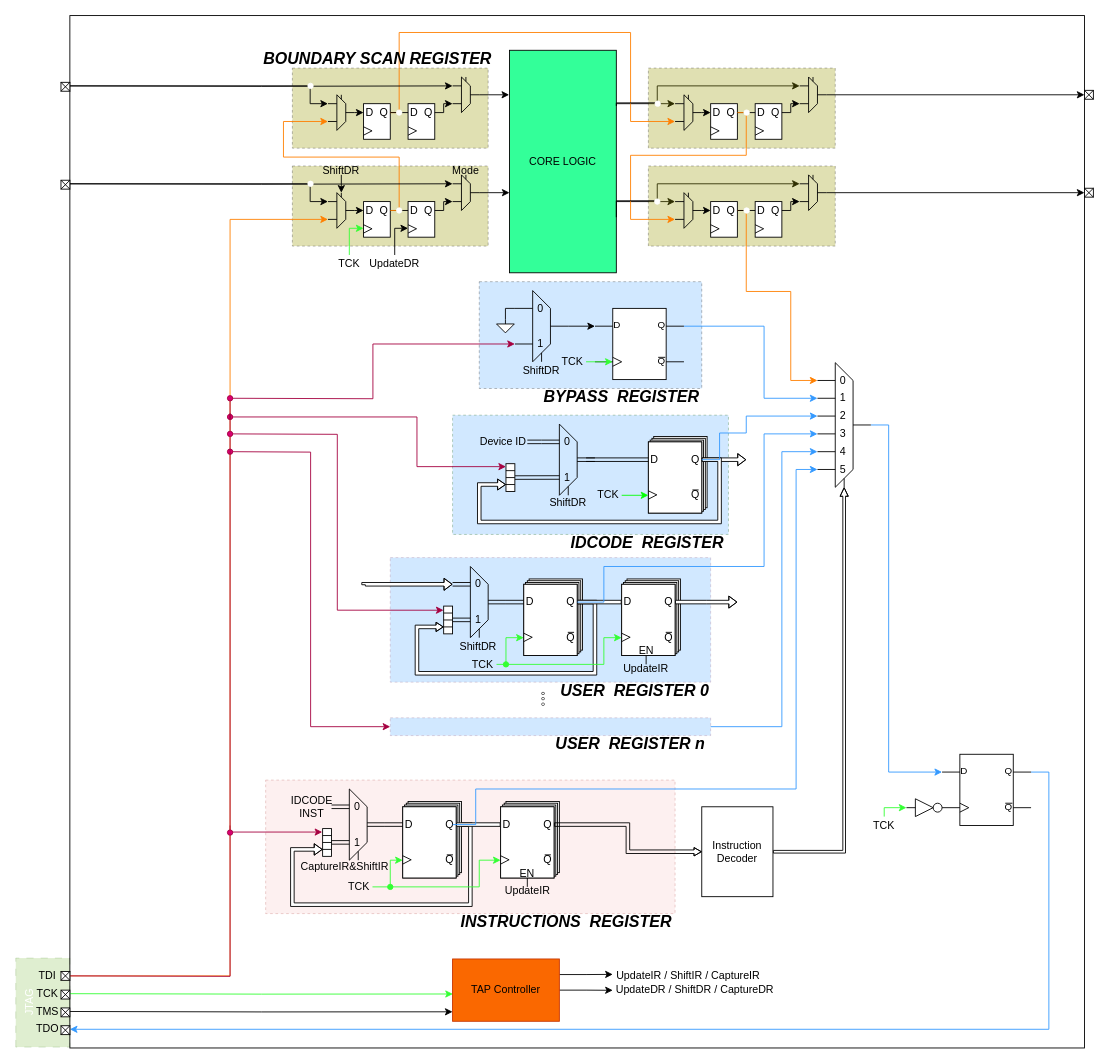
Verdvana/Verdvana.github.io keeps this draw.io diagram as _posts/JTAG协议与硬件实现/JTAG.drawio. Above is the earlier version. Source tidied: cells renumbered, new cells numbered last; positions are measured from the earlier drawing's top-left corner, leaving out a move shared by most shapes. Both pictures are drawn from the tidied source at 89%, with x=0, y=0 at pixel (-2, 15).
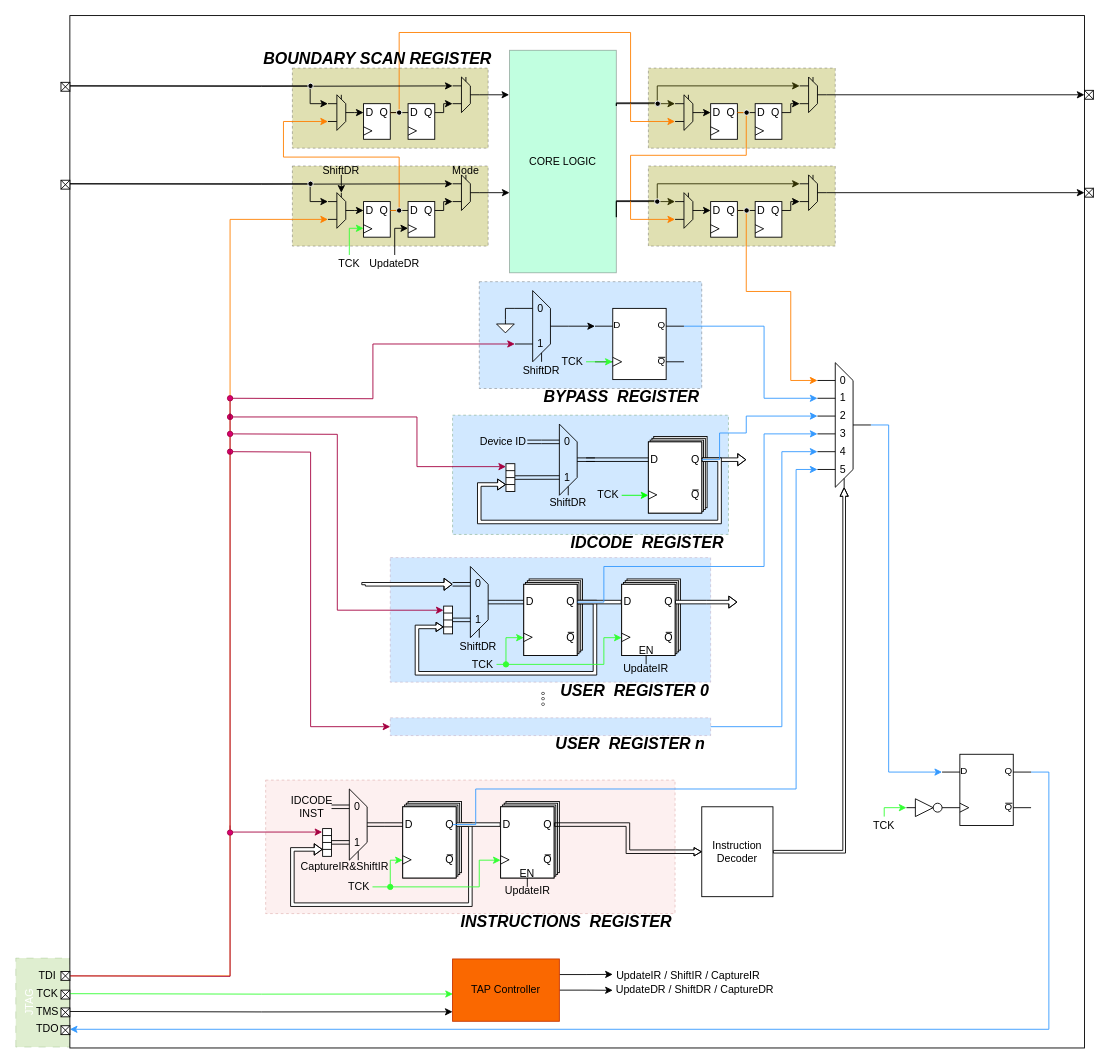
After the change.

Change to the diagram source:
```diff
@@
-    <mxCell id="3" style="rounded=0;whiteSpace=wrap;html=1;fillColor=none;" parent="1" vertex="1">
+    <mxCell id="3" style="rounded=0;whiteSpace=wrap;html=1;fillColor=default;" parent="1" vertex="1">
       <mxGeometry x="80" width="1140" height="1160" as="geometry" />
     </mxCell>
@@
-    <mxCell id="243" value="&lt;div&gt;CORE LOGIC&lt;/div&gt;" style="rounded=0;whiteSpace=wrap;html=1;fillColor=#33FF99;" parent="1" vertex="1">
+    <mxCell id="243" value="&lt;div&gt;CORE LOGIC&lt;/div&gt;" style="rounded=0;whiteSpace=wrap;html=1;fillColor=#33FF99;opacity=30;" parent="1" vertex="1">
       <mxGeometry x="574" y="39" width="120" height="250" as="geometry" />
     </mxCell>
@@
-    <mxCell id="430" style="ellipse;whiteSpace=wrap;html=1;strokeColor=#FFFFFF;fillColor=#FFFFFF;" parent="1" vertex="1">
+    <mxCell id="430" style="ellipse;whiteSpace=wrap;html=1;strokeColor=#FFFFFF;fillColor=#000000;" parent="1" vertex="1">
       <mxGeometry x="447" y="216" width="6" height="6" as="geometry" />
     </mxCell>
@@
-    <mxCell id="432" style="ellipse;whiteSpace=wrap;html=1;strokeColor=#FFFFFF;fillColor=#FFFFFF;" parent="1" vertex="1">
+    <mxCell id="432" style="ellipse;whiteSpace=wrap;html=1;strokeColor=#FFFFFF;fillColor=#000000;" parent="1" vertex="1">
       <mxGeometry x="447" y="106" width="6" height="6" as="geometry" />
     </mxCell>
@@
-    <mxCell id="434" style="ellipse;whiteSpace=wrap;html=1;strokeColor=#FFFFFF;fillColor=#FFFFFF;" parent="1" vertex="1">
+    <mxCell id="434" style="ellipse;whiteSpace=wrap;html=1;strokeColor=#FFFFFF;fillColor=#000000;" parent="1" vertex="1">
       <mxGeometry x="837.4" y="106" width="6" height="6" as="geometry" />
     </mxCell>
@@
-    <mxCell id="436" style="ellipse;whiteSpace=wrap;html=1;strokeColor=#FFFFFF;fillColor=#FFFFFF;" parent="1" vertex="1">
+    <mxCell id="436" style="ellipse;whiteSpace=wrap;html=1;strokeColor=#FFFFFF;fillColor=#000000;" parent="1" vertex="1">
       <mxGeometry x="837.4" y="216" width="6" height="6" as="geometry" />
     </mxCell>
@@
-    <mxCell id="438" style="ellipse;whiteSpace=wrap;html=1;strokeColor=#FFFFFF;fillColor=#FFFFFF;" parent="1" vertex="1">
+    <mxCell id="438" style="ellipse;whiteSpace=wrap;html=1;strokeColor=#FFFFFF;fillColor=#000000;" parent="1" vertex="1">
       <mxGeometry x="737" y="206" width="6" height="6" as="geometry" />
     </mxCell>
@@
-    <mxCell id="440" style="ellipse;whiteSpace=wrap;html=1;strokeColor=#FFFFFF;fillColor=#FFFFFF;" parent="1" vertex="1">
+    <mxCell id="440" style="ellipse;whiteSpace=wrap;html=1;strokeColor=#FFFFFF;fillColor=#000000;" parent="1" vertex="1">
       <mxGeometry x="737.5" y="96" width="6" height="6" as="geometry" />
     </mxCell>
-    <mxCell id="441" style="ellipse;whiteSpace=wrap;html=1;strokeColor=#FFFFFF;fillColor=#FFFFFF;" parent="1" vertex="1">
+    <mxCell id="441" style="ellipse;whiteSpace=wrap;html=1;strokeColor=#FFFFFF;fillColor=#000000;" parent="1" vertex="1">
       <mxGeometry x="347.4" y="186" width="6" height="6" as="geometry" />
     </mxCell>
-    <mxCell id="442" style="ellipse;whiteSpace=wrap;html=1;strokeColor=#FFFFFF;fillColor=#FFFFFF;" parent="1" vertex="1">
+    <mxCell id="442" style="ellipse;whiteSpace=wrap;html=1;strokeColor=#FFFFFF;fillColor=#000000;" parent="1" vertex="1">
       <mxGeometry x="347.4" y="76" width="6" height="6" as="geometry" />
     </mxCell>
```
